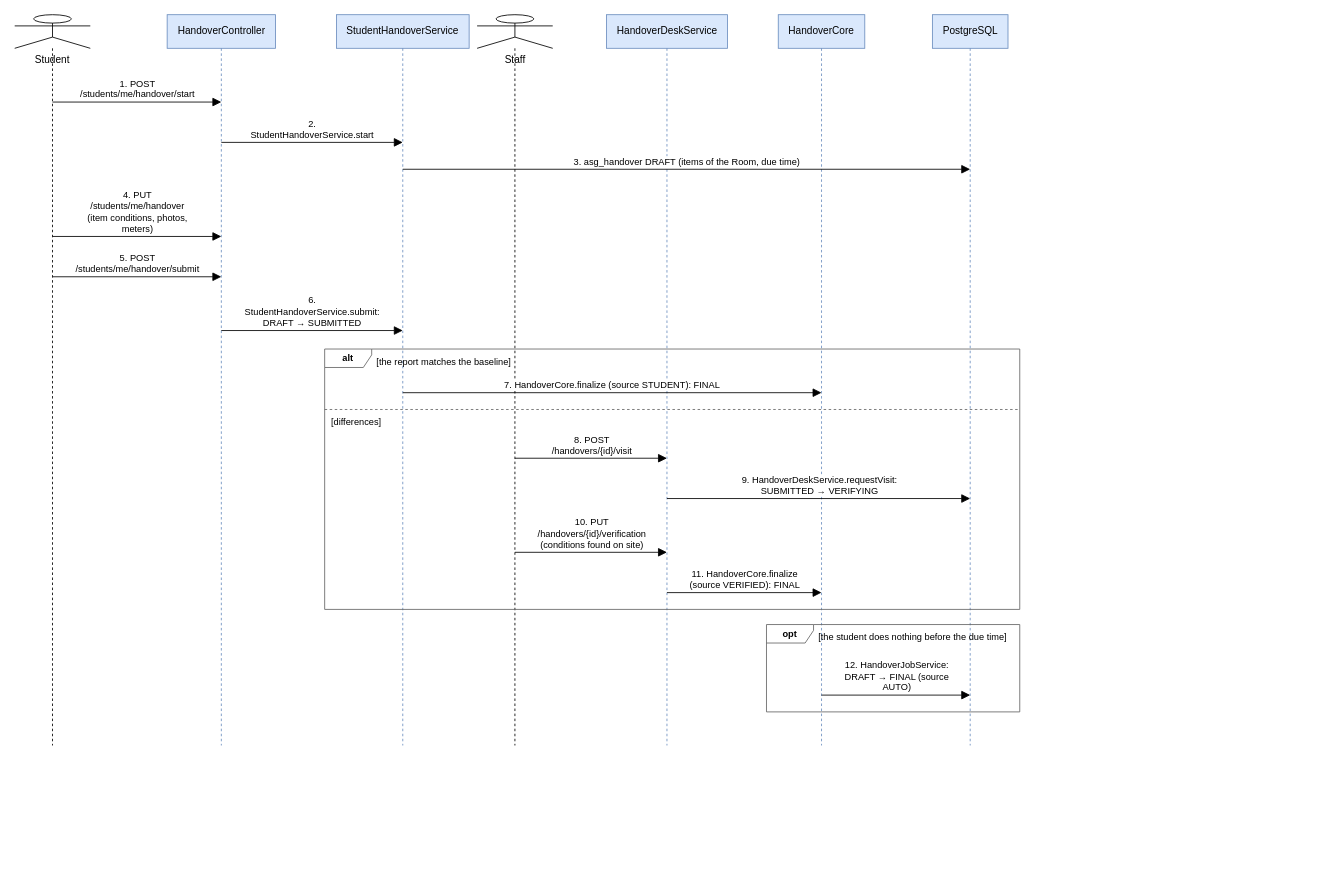
This is docs/Diagrams/07_Sequence/seq-07-check-in-handover.drawio from tisou47/CampusStay-FPT, a draw.io file, before an edit. Source tidied: cells renumbered, new cells numbered last; positions are measured from the earlier drawing's top-left corner, leaving out a move shared by most shapes. Both pictures are drawn from the tidied source at 84%, with x=0, y=0 at pixel (14, 14).
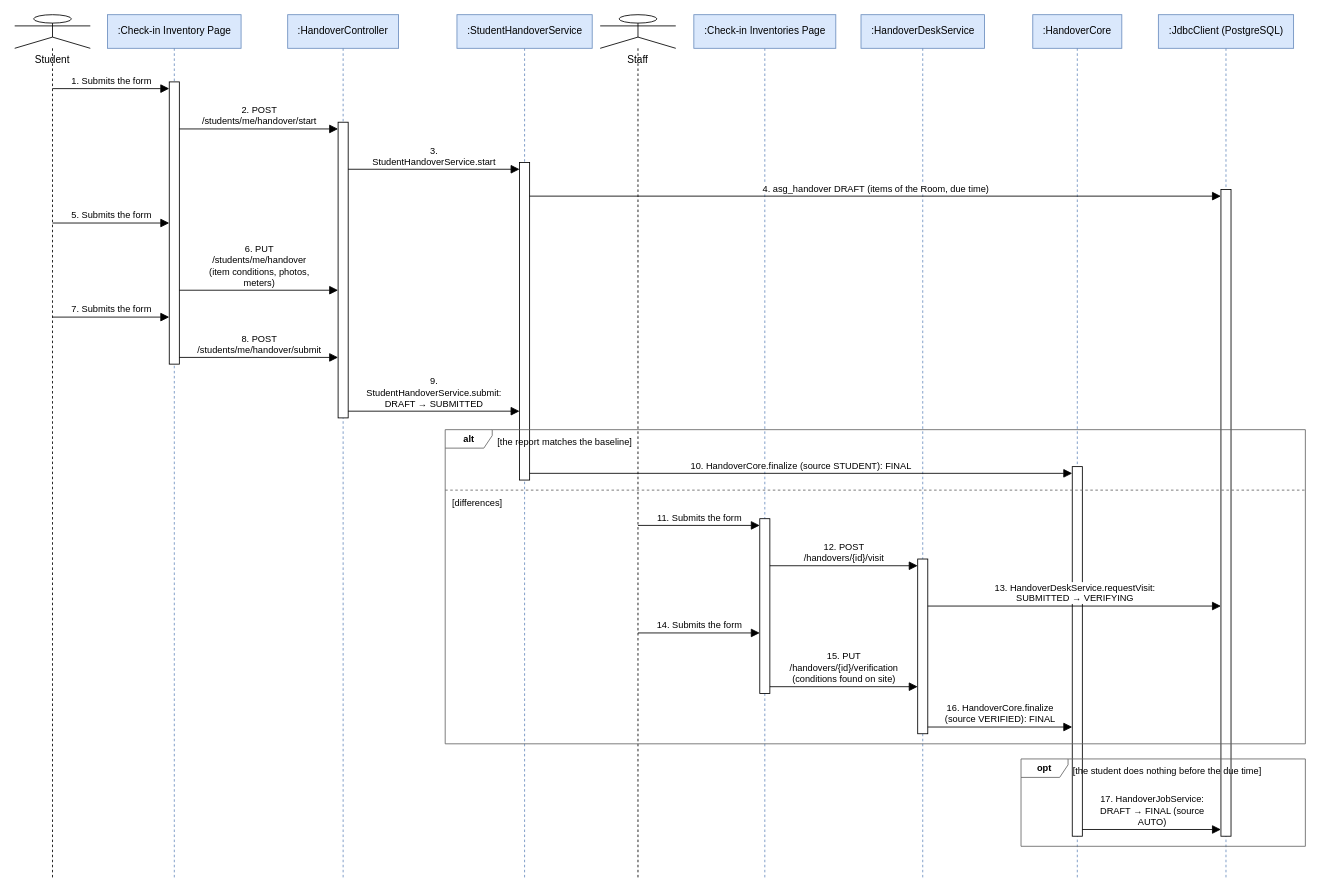
The same diagram, later.

What changed in the source:
```diff
@@
     <mxCell id="2" value="Student" style="shape=umlLifeline;participant=umlActor;perimeter=lifelinePerimeter;size=40;verticalAlign=top;spacingTop=40;html=1;whiteSpace=wrap;fontSize=12;fontFamily=Helvetica;" parent="1" vertex="1">
-      <mxGeometry width="90" height="870" as="geometry" />
+      <mxGeometry width="90" height="1030" as="geometry" />
     </mxCell>
+    <mxCell id="27" value=":Check-in Inventory Page" style="shape=umlLifeline;perimeter=lifelinePerimeter;size=40;html=1;whiteSpace=wrap;fontSize=12;fontFamily=Helvetica;fillColor=#dae8fc;strokeColor=#6c8ebf;" parent="1" vertex="1">
+      <mxGeometry x="110.5" width="159" height="1030" as="geometry" />
+    </mxCell>
-    <mxCell id="3" value="HandoverController" style="shape=umlLifeline;perimeter=lifelinePerimeter;size=40;html=1;whiteSpace=wrap;fontSize=12;fontFamily=Helvetica;fillColor=#dae8fc;strokeColor=#6c8ebf;" parent="1" vertex="1">
-      <mxGeometry x="181.5" width="129" height="870" as="geometry" />
+    <mxCell id="3" value=":HandoverController" style="shape=umlLifeline;perimeter=lifelinePerimeter;size=40;html=1;whiteSpace=wrap;fontSize=12;fontFamily=Helvetica;fillColor=#dae8fc;strokeColor=#6c8ebf;" parent="1" vertex="1">
+      <mxGeometry x="325" width="132" height="1030" as="geometry" />
     </mxCell>
-    <mxCell id="4" value="StudentHandoverService" style="shape=umlLifeline;perimeter=lifelinePerimeter;size=40;html=1;whiteSpace=wrap;fontSize=12;fontFamily=Helvetica;fillColor=#dae8fc;strokeColor=#6c8ebf;" parent="1" vertex="1">
-      <mxGeometry x="383" width="158" height="870" as="geometry" />
+    <mxCell id="4" value=":StudentHandoverService" style="shape=umlLifeline;perimeter=lifelinePerimeter;size=40;html=1;whiteSpace=wrap;fontSize=12;fontFamily=Helvetica;fillColor=#dae8fc;strokeColor=#6c8ebf;" parent="1" vertex="1">
+      <mxGeometry x="526.5" width="161" height="1030" as="geometry" />
     </mxCell>
     <mxCell id="5" value="Staff" style="shape=umlLifeline;participant=umlActor;perimeter=lifelinePerimeter;size=40;verticalAlign=top;spacingTop=40;html=1;whiteSpace=wrap;fontSize=12;fontFamily=Helvetica;" parent="1" vertex="1">
-      <mxGeometry x="550.5" width="90" height="870" as="geometry" />
+      <mxGeometry x="697" width="90" height="1030" as="geometry" />
     </mxCell>
+    <mxCell id="28" value=":Check-in Inventories Page" style="shape=umlLifeline;perimeter=lifelinePerimeter;size=40;html=1;whiteSpace=wrap;fontSize=12;fontFamily=Helvetica;fillColor=#dae8fc;strokeColor=#6c8ebf;" parent="1" vertex="1">
+      <mxGeometry x="808.5" width="169" height="1030" as="geometry" />
+    </mxCell>
-    <mxCell id="6" value="HandoverDeskService" style="shape=umlLifeline;perimeter=lifelinePerimeter;size=40;html=1;whiteSpace=wrap;fontSize=12;fontFamily=Helvetica;fillColor=#dae8fc;strokeColor=#6c8ebf;" parent="1" vertex="1">
-      <mxGeometry x="704.5" width="144" height="870" as="geometry" />
+    <mxCell id="6" value=":HandoverDeskService" style="shape=umlLifeline;perimeter=lifelinePerimeter;size=40;html=1;whiteSpace=wrap;fontSize=12;fontFamily=Helvetica;fillColor=#dae8fc;strokeColor=#6c8ebf;" parent="1" vertex="1">
+      <mxGeometry x="1007.5" width="147" height="1030" as="geometry" />
     </mxCell>
-    <mxCell id="7" value="HandoverCore" style="shape=umlLifeline;perimeter=lifelinePerimeter;size=40;html=1;whiteSpace=wrap;fontSize=12;fontFamily=Helvetica;fillColor=#dae8fc;strokeColor=#6c8ebf;" parent="1" vertex="1">
-      <mxGeometry x="909" width="103" height="870" as="geometry" />
+    <mxCell id="7" value=":HandoverCore" style="shape=umlLifeline;perimeter=lifelinePerimeter;size=40;html=1;whiteSpace=wrap;fontSize=12;fontFamily=Helvetica;fillColor=#dae8fc;strokeColor=#6c8ebf;" parent="1" vertex="1">
+      <mxGeometry x="1212" width="106" height="1030" as="geometry" />
     </mxCell>
-    <mxCell id="8" value="PostgreSQL" style="shape=umlLifeline;perimeter=lifelinePerimeter;size=40;html=1;whiteSpace=wrap;fontSize=12;fontFamily=Helvetica;fillColor=#dae8fc;strokeColor=#6c8ebf;" parent="1" vertex="1">
-      <mxGeometry x="1092.5" width="90" height="870" as="geometry" />
+    <mxCell id="8" value=":JdbcClient (PostgreSQL)" style="shape=umlLifeline;perimeter=lifelinePerimeter;size=40;html=1;whiteSpace=wrap;fontSize=12;fontFamily=Helvetica;fillColor=#dae8fc;strokeColor=#6c8ebf;" parent="1" vertex="1">
+      <mxGeometry x="1361.5" width="161" height="1030" as="geometry" />
     </mxCell>
-    <mxCell id="9" value="1. POST&lt;br&gt;/students/me/handover/start" style="html=1;rounded=1;fontSize=11;fontFamily=Helvetica;labelBackgroundColor=#ffffff;verticalAlign=bottom;endArrow=block;endFill=1;endSize=8;" parent="1" edge="1">
-      <mxGeometry relative="1" as="geometry">
-        <mxPoint x="45" y="104" as="sourcePoint" />
-        <mxPoint x="246" y="104" as="targetPoint" />
-      </mxGeometry>
+    <mxCell id="9" style="rounded=0;whiteSpace=wrap;html=1;fillColor=#FFFFFF;strokeColor=#000000;" parent="1" vertex="1">
+      <mxGeometry x="184" y="80" width="12" height="336" as="geometry" />
     </mxCell>
-    <mxCell id="10" value="2.&lt;br&gt;StudentHandoverService.start" style="html=1;rounded=1;fontSize=11;fontFamily=Helvetica;labelBackgroundColor=#ffffff;verticalAlign=bottom;endArrow=block;endFill=1;endSize=8;" parent="1" edge="1">
-      <mxGeometry relative="1" as="geometry">
-        <mxPoint x="246" y="152" as="sourcePoint" />
-        <mxPoint x="462" y="152" as="targetPoint" />
-      </mxGeometry>
+    <mxCell id="10" style="rounded=0;whiteSpace=wrap;html=1;fillColor=#FFFFFF;strokeColor=#000000;" parent="1" vertex="1">
+      <mxGeometry x="385" y="128" width="12" height="352" as="geometry" />
     </mxCell>
-    <mxCell id="11" value="3. asg_handover DRAFT (items of the Room, due time)" style="html=1;rounded=1;fontSize=11;fontFamily=Helvetica;labelBackgroundColor=#ffffff;verticalAlign=bottom;endArrow=block;endFill=1;endSize=8;" parent="1" edge="1">
-      <mxGeometry relative="1" as="geometry">
-        <mxPoint x="462" y="184" as="sourcePoint" />
-        <mxPoint x="1137.5" y="184" as="targetPoint" />
-      </mxGeometry>
+    <mxCell id="11" style="rounded=0;whiteSpace=wrap;html=1;fillColor=#FFFFFF;strokeColor=#000000;" parent="1" vertex="1">
+      <mxGeometry x="601" y="176" width="12" height="378" as="geometry" />
     </mxCell>
-    <mxCell id="12" value="4. PUT&lt;br&gt;/students/me/handover&lt;br&gt;(item conditions, photos,&lt;br&gt;meters)" style="html=1;rounded=1;fontSize=11;fontFamily=Helvetica;labelBackgroundColor=#ffffff;verticalAlign=bottom;endArrow=block;endFill=1;endSize=8;" parent="1" edge="1">
-      <mxGeometry relative="1" as="geometry">
-        <mxPoint x="45" y="264" as="sourcePoint" />
-        <mxPoint x="246" y="264" as="targetPoint" />
-      </mxGeometry>
+    <mxCell id="12" style="rounded=0;whiteSpace=wrap;html=1;fillColor=#FFFFFF;strokeColor=#000000;" parent="1" vertex="1">
+      <mxGeometry x="1436" y="208" width="12" height="770" as="geometry" />
     </mxCell>
-    <mxCell id="13" value="5. POST&lt;br&gt;/students/me/handover/submit" style="html=1;rounded=1;fontSize=11;fontFamily=Helvetica;labelBackgroundColor=#ffffff;verticalAlign=bottom;endArrow=block;endFill=1;endSize=8;" parent="1" edge="1">
-      <mxGeometry relative="1" as="geometry">
-        <mxPoint x="45" y="312" as="sourcePoint" />
-        <mxPoint x="246" y="312" as="targetPoint" />
-      </mxGeometry>
+    <mxCell id="13" style="rounded=0;whiteSpace=wrap;html=1;fillColor=#FFFFFF;strokeColor=#000000;" parent="1" vertex="1">
+      <mxGeometry x="1259" y="538" width="12" height="440" as="geometry" />
     </mxCell>
-    <mxCell id="14" value="6.&lt;br&gt;StudentHandoverService.submit:&lt;br&gt;DRAFT → SUBMITTED" style="html=1;rounded=1;fontSize=11;fontFamily=Helvetica;labelBackgroundColor=#ffffff;verticalAlign=bottom;endArrow=block;endFill=1;endSize=8;" parent="1" edge="1">
-      <mxGeometry relative="1" as="geometry">
-        <mxPoint x="246" y="376" as="sourcePoint" />
-        <mxPoint x="462" y="376" as="targetPoint" />
-      </mxGeometry>
+    <mxCell id="14" style="rounded=0;whiteSpace=wrap;html=1;fillColor=#FFFFFF;strokeColor=#000000;" parent="1" vertex="1">
+      <mxGeometry x="887" y="600" width="12" height="208" as="geometry" />
     </mxCell>
-    <mxCell id="15" value="7. HandoverCore.finalize (source STUDENT): FINAL" style="html=1;rounded=1;fontSize=11;fontFamily=Helvetica;labelBackgroundColor=#ffffff;verticalAlign=bottom;endArrow=block;endFill=1;endSize=8;" parent="1" edge="1">
-      <mxGeometry relative="1" as="geometry">
-        <mxPoint x="462" y="450" as="sourcePoint" />
-        <mxPoint x="960.5" y="450" as="targetPoint" />
-      </mxGeometry>
+    <mxCell id="15" style="rounded=0;whiteSpace=wrap;html=1;fillColor=#FFFFFF;strokeColor=#000000;" parent="1" vertex="1">
+      <mxGeometry x="1075" y="648" width="12" height="208" as="geometry" />
     </mxCell>
-    <mxCell id="16" value="8. POST&lt;br&gt;/handovers/{id}/visit" style="html=1;rounded=1;fontSize=11;fontFamily=Helvetica;labelBackgroundColor=#ffffff;verticalAlign=bottom;endArrow=block;endFill=1;endSize=8;" parent="1" edge="1">
+    <mxCell id="16" value="1. Submits the form" style="html=1;rounded=1;fontSize=11;fontFamily=Helvetica;labelBackgroundColor=#ffffff;verticalAlign=bottom;endArrow=block;endFill=1;endSize=8;" parent="1" edge="1">
       <mxGeometry relative="1" as="geometry">
-        <mxPoint x="595.5" y="528" as="sourcePoint" />
-        <mxPoint x="776.5" y="528" as="targetPoint" />
+        <mxPoint x="45" y="88" as="sourcePoint" />
+        <mxPoint x="184" y="88" as="targetPoint" />
       </mxGeometry>
     </mxCell>
-    <mxCell id="17" value="9. HandoverDeskService.requestVisit:&lt;br&gt;SUBMITTED → VERIFYING" style="html=1;rounded=1;fontSize=11;fontFamily=Helvetica;labelBackgroundColor=#ffffff;verticalAlign=bottom;endArrow=block;endFill=1;endSize=8;" parent="1" edge="1">
+    <mxCell id="17" value="2. POST&lt;br&gt;/students/me/handover/start" style="html=1;rounded=1;fontSize=11;fontFamily=Helvetica;labelBackgroundColor=#ffffff;verticalAlign=bottom;endArrow=block;endFill=1;endSize=8;" parent="1" edge="1">
       <mxGeometry relative="1" as="geometry">
-        <mxPoint x="776.5" y="576" as="sourcePoint" />
-        <mxPoint x="1137.5" y="576" as="targetPoint" />
+        <mxPoint x="196" y="136" as="sourcePoint" />
+        <mxPoint x="385" y="136" as="targetPoint" />
       </mxGeometry>
     </mxCell>
-    <mxCell id="18" value="10. PUT&lt;br&gt;/handovers/{id}/verification&lt;br&gt;(conditions found on site)" style="html=1;rounded=1;fontSize=11;fontFamily=Helvetica;labelBackgroundColor=#ffffff;verticalAlign=bottom;endArrow=block;endFill=1;endSize=8;" parent="1" edge="1">
+    <mxCell id="18" value="3.&lt;br&gt;StudentHandoverService.start" style="html=1;rounded=1;fontSize=11;fontFamily=Helvetica;labelBackgroundColor=#ffffff;verticalAlign=bottom;endArrow=block;endFill=1;endSize=8;" parent="1" edge="1">
       <mxGeometry relative="1" as="geometry">
-        <mxPoint x="595.5" y="640" as="sourcePoint" />
-        <mxPoint x="776.5" y="640" as="targetPoint" />
+        <mxPoint x="397" y="184" as="sourcePoint" />
+        <mxPoint x="601" y="184" as="targetPoint" />
       </mxGeometry>
     </mxCell>
-    <mxCell id="19" value="11. HandoverCore.finalize&lt;br&gt;(source VERIFIED): FINAL" style="html=1;rounded=1;fontSize=11;fontFamily=Helvetica;labelBackgroundColor=#ffffff;verticalAlign=bottom;endArrow=block;endFill=1;endSize=8;" parent="1" edge="1">
+    <mxCell id="19" value="4. asg_handover DRAFT (items of the Room, due time)" style="html=1;rounded=1;fontSize=11;fontFamily=Helvetica;labelBackgroundColor=#ffffff;verticalAlign=bottom;endArrow=block;endFill=1;endSize=8;" parent="1" edge="1">
       <mxGeometry relative="1" as="geometry">
-        <mxPoint x="776.5" y="688" as="sourcePoint" />
-        <mxPoint x="960.5" y="688" as="targetPoint" />
+        <mxPoint x="613" y="216" as="sourcePoint" />
+        <mxPoint x="1436" y="216" as="targetPoint" />
       </mxGeometry>
     </mxCell>
-    <mxCell id="20" value="alt" style="shape=umlFrame;whiteSpace=wrap;html=1;width=56;height=22;fontSize=11;fontStyle=1;fillColor=none;strokeColor=#666666;" parent="1" vertex="1">
-      <mxGeometry x="369" y="398" width="827.5" height="310" as="geometry" />
+    <mxCell id="20" value="5. Submits the form" style="html=1;rounded=1;fontSize=11;fontFamily=Helvetica;labelBackgroundColor=#ffffff;verticalAlign=bottom;endArrow=block;endFill=1;endSize=8;" parent="1" edge="1">
+      <mxGeometry relative="1" as="geometry">
+        <mxPoint x="45" y="248" as="sourcePoint" />
+        <mxPoint x="184" y="248" as="targetPoint" />
+      </mxGeometry>
     </mxCell>
-    <mxCell id="21" value="[the report matches the baseline]" style="text;html=1;whiteSpace=wrap;fontSize=12;fontFamily=Helvetica;align=left;verticalAlign=top;fillColor=none;strokeColor=none;fontSize=11;" parent="1" vertex="1">
-      <mxGeometry x="429" y="400" width="198.1" height="20" as="geometry" />
+    <mxCell id="21" value="6. PUT&lt;br&gt;/students/me/handover&lt;br&gt;(item conditions, photos,&lt;br&gt;meters)" style="html=1;rounded=1;fontSize=11;fontFamily=Helvetica;labelBackgroundColor=#ffffff;verticalAlign=bottom;endArrow=block;endFill=1;endSize=8;" parent="1" edge="1">
+      <mxGeometry relative="1" as="geometry">
+        <mxPoint x="196" y="328" as="sourcePoint" />
+        <mxPoint x="385" y="328" as="targetPoint" />
+      </mxGeometry>
     </mxCell>
-    <mxCell id="22" style="html=1;rounded=1;fontSize=11;fontFamily=Helvetica;labelBackgroundColor=#ffffff;endArrow=none;dashed=1;strokeColor=#666666;" parent="1" edge="1">
+    <mxCell id="22" value="7. Submits the form" style="html=1;rounded=1;fontSize=11;fontFamily=Helvetica;labelBackgroundColor=#ffffff;verticalAlign=bottom;endArrow=block;endFill=1;endSize=8;" parent="1" edge="1">
       <mxGeometry relative="1" as="geometry">
-        <mxPoint x="369" y="470" as="sourcePoint" />
-        <mxPoint x="1196.5" y="470" as="targetPoint" />
+        <mxPoint x="45" y="360" as="sourcePoint" />
+        <mxPoint x="184" y="360" as="targetPoint" />
       </mxGeometry>
     </mxCell>
-    <mxCell id="23" value="[differences]" style="text;html=1;whiteSpace=wrap;fontSize=12;fontFamily=Helvetica;align=left;verticalAlign=top;fillColor=none;strokeColor=none;fontSize=11;" parent="1" vertex="1">
-      <mxGeometry x="375" y="472" width="88.5" height="20" as="geometry" />
+    <mxCell id="23" value="8. POST&lt;br&gt;/students/me/handover/submit" style="html=1;rounded=1;fontSize=11;fontFamily=Helvetica;labelBackgroundColor=#ffffff;verticalAlign=bottom;endArrow=block;endFill=1;endSize=8;" parent="1" edge="1">
+      <mxGeometry relative="1" as="geometry">
+        <mxPoint x="196" y="408" as="sourcePoint" />
+        <mxPoint x="385" y="408" as="targetPoint" />
+      </mxGeometry>
     </mxCell>
-    <mxCell id="24" value="12. HandoverJobService:&lt;br&gt;DRAFT → FINAL (source&lt;br&gt;AUTO)" style="html=1;rounded=1;fontSize=11;fontFamily=Helvetica;labelBackgroundColor=#ffffff;verticalAlign=bottom;endArrow=block;endFill=1;endSize=8;" parent="1" edge="1">
+    <mxCell id="24" value="9.&lt;br&gt;StudentHandoverService.submit:&lt;br&gt;DRAFT → SUBMITTED" style="html=1;rounded=1;fontSize=11;fontFamily=Helvetica;labelBackgroundColor=#ffffff;verticalAlign=bottom;endArrow=block;endFill=1;endSize=8;" parent="1" edge="1">
       <mxGeometry relative="1" as="geometry">
-        <mxPoint x="960.5" y="810" as="sourcePoint" />
-        <mxPoint x="1137.5" y="810" as="targetPoint" />
+        <mxPoint x="397" y="472" as="sourcePoint" />
+        <mxPoint x="601" y="472" as="targetPoint" />
       </mxGeometry>
     </mxCell>
-    <mxCell id="25" value="opt" style="shape=umlFrame;whiteSpace=wrap;html=1;width=56;height=22;fontSize=11;fontStyle=1;fillColor=none;strokeColor=#666666;" parent="1" vertex="1">
-      <mxGeometry x="895" y="726" width="301.5" height="104" as="geometry" />
+    <mxCell id="25" value="10. HandoverCore.finalize (source STUDENT): FINAL" style="html=1;rounded=1;fontSize=11;fontFamily=Helvetica;labelBackgroundColor=#ffffff;verticalAlign=bottom;endArrow=block;endFill=1;endSize=8;" parent="1" edge="1">
+      <mxGeometry relative="1" as="geometry">
+        <mxPoint x="613" y="546" as="sourcePoint" />
+        <mxPoint x="1259" y="546" as="targetPoint" />
+      </mxGeometry>
     </mxCell>
-    <mxCell id="26" value="[the student does nothing before the due time]" style="text;html=1;whiteSpace=wrap;fontSize=12;fontFamily=Helvetica;align=left;verticalAlign=top;fillColor=none;strokeColor=none;fontSize=11;" parent="1" vertex="1">
-      <mxGeometry x="955" y="728" width="237.5" height="20" as="geometry" />
+    <mxCell id="26" value="11. Submits the form" style="html=1;rounded=1;fontSize=11;fontFamily=Helvetica;labelBackgroundColor=#ffffff;verticalAlign=bottom;endArrow=block;endFill=1;endSize=8;" parent="1" edge="1">
+      <mxGeometry relative="1" as="geometry">
+        <mxPoint x="742" y="608" as="sourcePoint" />
+        <mxPoint x="887" y="608" as="targetPoint" />
+      </mxGeometry>
     </mxCell>
+    <mxCell id="29" value="12. POST&lt;br&gt;/handovers/{id}/visit" style="html=1;rounded=1;fontSize=11;fontFamily=Helvetica;labelBackgroundColor=#ffffff;verticalAlign=bottom;endArrow=block;endFill=1;endSize=8;" parent="1" edge="1">
+      <mxGeometry relative="1" as="geometry">
+        <mxPoint x="899" y="656" as="sourcePoint" />
+        <mxPoint x="1075" y="656" as="targetPoint" />
+      </mxGeometry>
+    </mxCell>
+    <mxCell id="30" value="13. HandoverDeskService.requestVisit:&lt;br&gt;SUBMITTED → VERIFYING" style="html=1;rounded=1;fontSize=11;fontFamily=Helvetica;labelBackgroundColor=#ffffff;verticalAlign=bottom;endArrow=block;endFill=1;endSize=8;" parent="1" edge="1">
+      <mxGeometry relative="1" as="geometry">
+        <mxPoint x="1087" y="704" as="sourcePoint" />
+        <mxPoint x="1436" y="704" as="targetPoint" />
+      </mxGeometry>
+    </mxCell>
+    <mxCell id="31" value="14. Submits the form" style="html=1;rounded=1;fontSize=11;fontFamily=Helvetica;labelBackgroundColor=#ffffff;verticalAlign=bottom;endArrow=block;endFill=1;endSize=8;" parent="1" edge="1">
+      <mxGeometry relative="1" as="geometry">
+        <mxPoint x="742" y="736" as="sourcePoint" />
+        <mxPoint x="887" y="736" as="targetPoint" />
+      </mxGeometry>
+    </mxCell>
+    <mxCell id="32" value="15. PUT&lt;br&gt;/handovers/{id}/verification&lt;br&gt;(conditions found on site)" style="html=1;rounded=1;fontSize=11;fontFamily=Helvetica;labelBackgroundColor=#ffffff;verticalAlign=bottom;endArrow=block;endFill=1;endSize=8;" parent="1" edge="1">
+      <mxGeometry relative="1" as="geometry">
+        <mxPoint x="899" y="800" as="sourcePoint" />
+        <mxPoint x="1075" y="800" as="targetPoint" />
+      </mxGeometry>
+    </mxCell>
+    <mxCell id="33" value="16. HandoverCore.finalize&lt;br&gt;(source VERIFIED): FINAL" style="html=1;rounded=1;fontSize=11;fontFamily=Helvetica;labelBackgroundColor=#ffffff;verticalAlign=bottom;endArrow=block;endFill=1;endSize=8;" parent="1" edge="1">
+      <mxGeometry relative="1" as="geometry">
+        <mxPoint x="1087" y="848" as="sourcePoint" />
+        <mxPoint x="1259" y="848" as="targetPoint" />
+      </mxGeometry>
+    </mxCell>
+    <mxCell id="34" value="alt" style="shape=umlFrame;whiteSpace=wrap;html=1;width=56;height=22;fontSize=11;fontStyle=1;fillColor=none;strokeColor=#666666;" parent="1" vertex="1">
+      <mxGeometry x="512.5" y="494" width="1024" height="374" as="geometry" />
+    </mxCell>
+    <mxCell id="35" value="[the report matches the baseline]" style="text;html=1;whiteSpace=wrap;fontSize=12;fontFamily=Helvetica;align=left;verticalAlign=top;fillColor=none;strokeColor=none;fontSize=11;" parent="1" vertex="1">
+      <mxGeometry x="572.5" y="496" width="198.1" height="20" as="geometry" />
+    </mxCell>
+    <mxCell id="36" style="html=1;rounded=1;fontSize=11;fontFamily=Helvetica;labelBackgroundColor=#ffffff;endArrow=none;dashed=1;strokeColor=#666666;" parent="1" edge="1">
+      <mxGeometry relative="1" as="geometry">
+        <mxPoint x="512.5" y="566" as="sourcePoint" />
+        <mxPoint x="1536.5" y="566" as="targetPoint" />
+      </mxGeometry>
+    </mxCell>
+    <mxCell id="37" value="[differences]" style="text;html=1;whiteSpace=wrap;fontSize=12;fontFamily=Helvetica;align=left;verticalAlign=top;fillColor=none;strokeColor=none;fontSize=11;" parent="1" vertex="1">
+      <mxGeometry x="518.5" y="568" width="88.5" height="20" as="geometry" />
+    </mxCell>
+    <mxCell id="38" value="17. HandoverJobService:&lt;br&gt;DRAFT → FINAL (source&lt;br&gt;AUTO)" style="html=1;rounded=1;fontSize=11;fontFamily=Helvetica;labelBackgroundColor=#ffffff;verticalAlign=bottom;endArrow=block;endFill=1;endSize=8;" parent="1" edge="1">
+      <mxGeometry relative="1" as="geometry">
+        <mxPoint x="1271" y="970" as="sourcePoint" />
+        <mxPoint x="1436" y="970" as="targetPoint" />
+      </mxGeometry>
+    </mxCell>
+    <mxCell id="39" value="opt" style="shape=umlFrame;whiteSpace=wrap;html=1;width=56;height=22;fontSize=11;fontStyle=1;fillColor=none;strokeColor=#666666;" parent="1" vertex="1">
+      <mxGeometry x="1198" y="886" width="338.5" height="104" as="geometry" />
+    </mxCell>
+    <mxCell id="40" value="[the student does nothing before the due time]" style="text;html=1;whiteSpace=wrap;fontSize=12;fontFamily=Helvetica;align=left;verticalAlign=top;fillColor=none;strokeColor=none;fontSize=11;" parent="1" vertex="1">
+      <mxGeometry x="1258" y="888" width="268.2" height="20" as="geometry" />
+    </mxCell>
```
